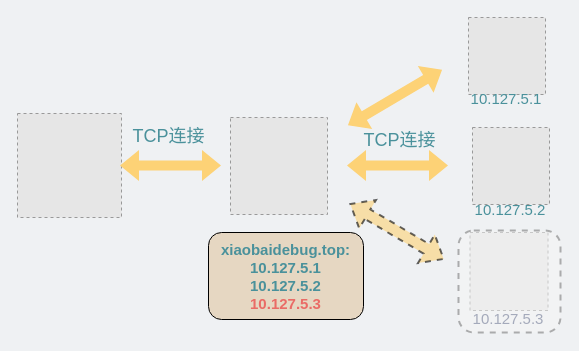
This is network/实例已经销毁但配置没删IP.drawio from xiaobaiTech/image, a draw.io file, before an edit. Source tidied: cells renumbered, new cells numbered last; positions are measured from the earlier drawing's top-left corner, leaving out a move shared by most shapes. Both pictures are drawn from the tidied source at 100%, with x=0, y=0 at pixel (17, 17). Pictures stored in the file or linked from it are replaced by grey dashed boxes.
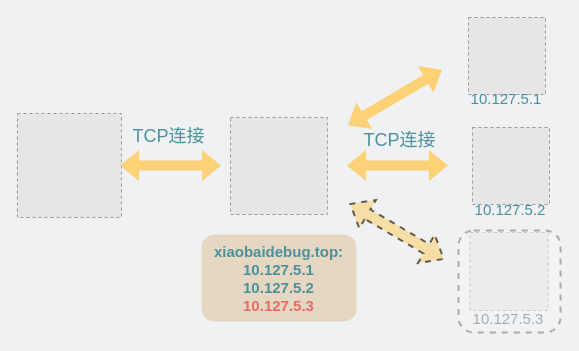
Above is the later version.

Commit message:
更新实例已经销毁但配置没删IP.drawio

What changed in the source:
```diff
@@
-    <mxCell id="12" value="&lt;div style=&quot;font-size: 15px;&quot;&gt;&lt;span style=&quot;background-color: initial;&quot;&gt;&lt;font color=&quot;#4a919b&quot; style=&quot;font-size: 15px;&quot;&gt;&lt;b&gt;xiaobaidebug.top:&lt;/b&gt;&lt;/font&gt;&lt;/span&gt;&lt;/div&gt;&lt;div style=&quot;font-size: 15px;&quot;&gt;&lt;span style=&quot;background-color: initial;&quot;&gt;&lt;font color=&quot;#4a919b&quot; style=&quot;font-size: 15px;&quot;&gt;&lt;b&gt;10.127.5.1&lt;/b&gt;&lt;/font&gt;&lt;/span&gt;&lt;/div&gt;&lt;div style=&quot;font-size: 15px;&quot;&gt;&lt;span style=&quot;background-color: initial;&quot;&gt;&lt;font color=&quot;#4a919b&quot; style=&quot;font-size: 15px;&quot;&gt;&lt;b&gt;10.127.5.2&lt;/b&gt;&lt;/font&gt;&lt;/span&gt;&lt;/div&gt;&lt;div style=&quot;font-size: 15px;&quot;&gt;&lt;span style=&quot;background-color: initial;&quot;&gt;&lt;font color=&quot;#ea6b66&quot; style=&quot;font-size: 15px;&quot;&gt;&lt;b style=&quot;&quot;&gt;10.127.5.3&lt;/b&gt;&lt;/font&gt;&lt;/span&gt;&lt;/div&gt;&lt;font style=&quot;&quot;&gt;&lt;div style=&quot;&quot;&gt;&lt;/div&gt;&#9;&lt;/font&gt;&#9;" style="rounded=1;whiteSpace=wrap;html=1;align=center;fillColor=#E6D7C2;" parent="1" vertex="1">
-      <mxGeometry x="191" y="215" width="155" height="87" as="geometry" />
+    <mxCell id="12" value="&lt;div style=&quot;font-size: 15px;&quot;&gt;&lt;span style=&quot;background-color: initial;&quot;&gt;&lt;font color=&quot;#4a919b&quot; style=&quot;font-size: 15px;&quot;&gt;&lt;b&gt;xiaobaidebug.top:&lt;/b&gt;&lt;/font&gt;&lt;/span&gt;&lt;/div&gt;&lt;div style=&quot;font-size: 15px;&quot;&gt;&lt;span style=&quot;background-color: initial;&quot;&gt;&lt;font color=&quot;#4a919b&quot; style=&quot;font-size: 15px;&quot;&gt;&lt;b&gt;10.127.5.1&lt;/b&gt;&lt;/font&gt;&lt;/span&gt;&lt;/div&gt;&lt;div style=&quot;font-size: 15px;&quot;&gt;&lt;span style=&quot;background-color: initial;&quot;&gt;&lt;font color=&quot;#4a919b&quot; style=&quot;font-size: 15px;&quot;&gt;&lt;b&gt;10.127.5.2&lt;/b&gt;&lt;/font&gt;&lt;/span&gt;&lt;/div&gt;&lt;div style=&quot;font-size: 15px;&quot;&gt;&lt;span style=&quot;background-color: initial;&quot;&gt;&lt;font color=&quot;#ea6b66&quot; style=&quot;font-size: 15px;&quot;&gt;&lt;b style=&quot;&quot;&gt;10.127.5.3&lt;/b&gt;&lt;/font&gt;&lt;/span&gt;&lt;/div&gt;&lt;font style=&quot;&quot;&gt;&lt;div style=&quot;&quot;&gt;&lt;/div&gt; &lt;/font&gt; " style="rounded=1;whiteSpace=wrap;html=1;align=center;fillColor=#E6D7C2;strokeColor=none;" parent="1" vertex="1">
+      <mxGeometry x="184" y="217" width="155" height="87" as="geometry" />
     </mxCell>
```
